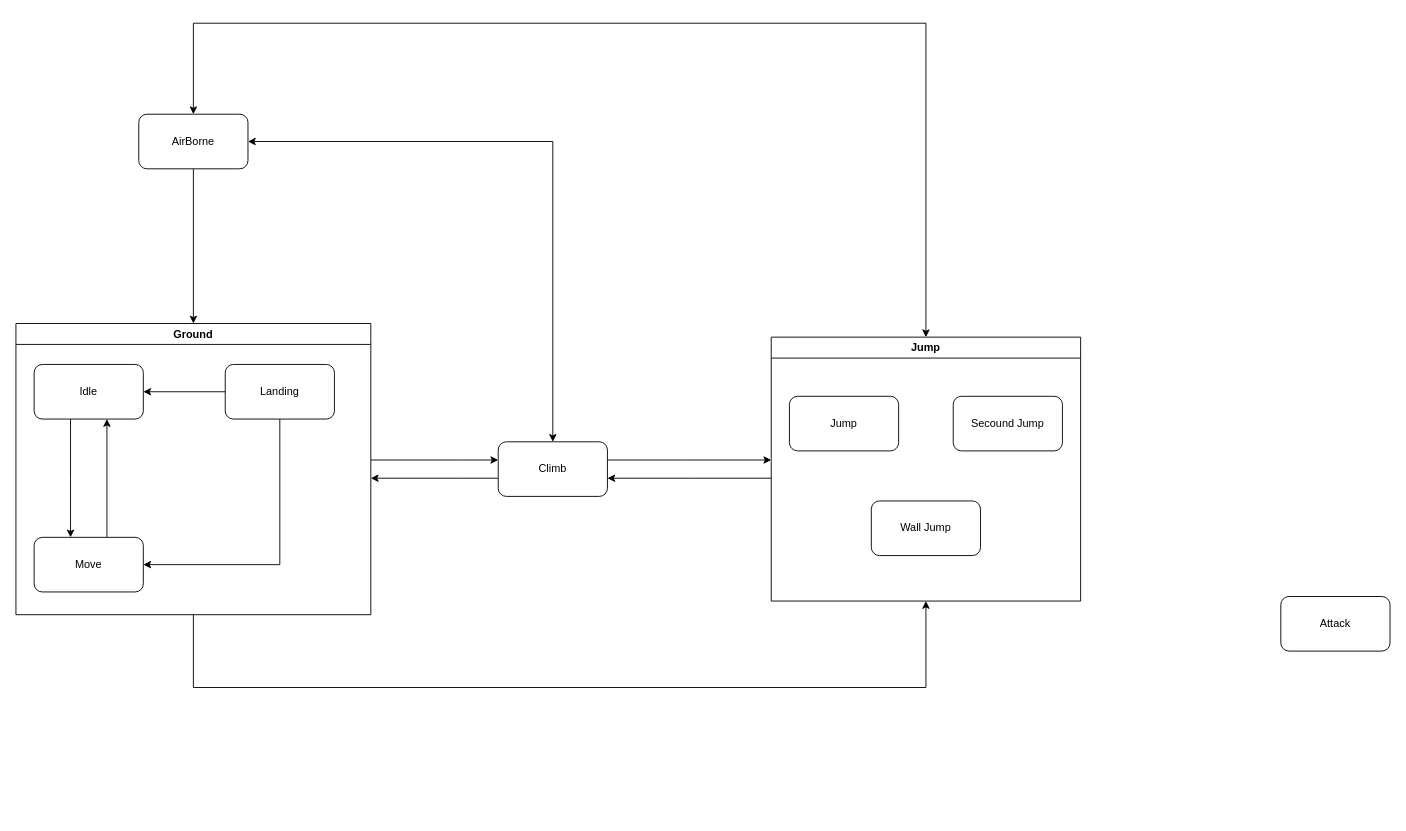
Ashechol/Demo keeps this draw.io diagram as Assets/Docs/Flowchart/PlayerFSM.drawio. Above is the earlier version. Source tidied: cells renumbered, new cells numbered last; positions are measured from the earlier drawing's top-left corner, leaving out a move shared by most shapes. Both pictures are drawn from the tidied source at 91%, with x=0, y=0 at pixel (15, 23).
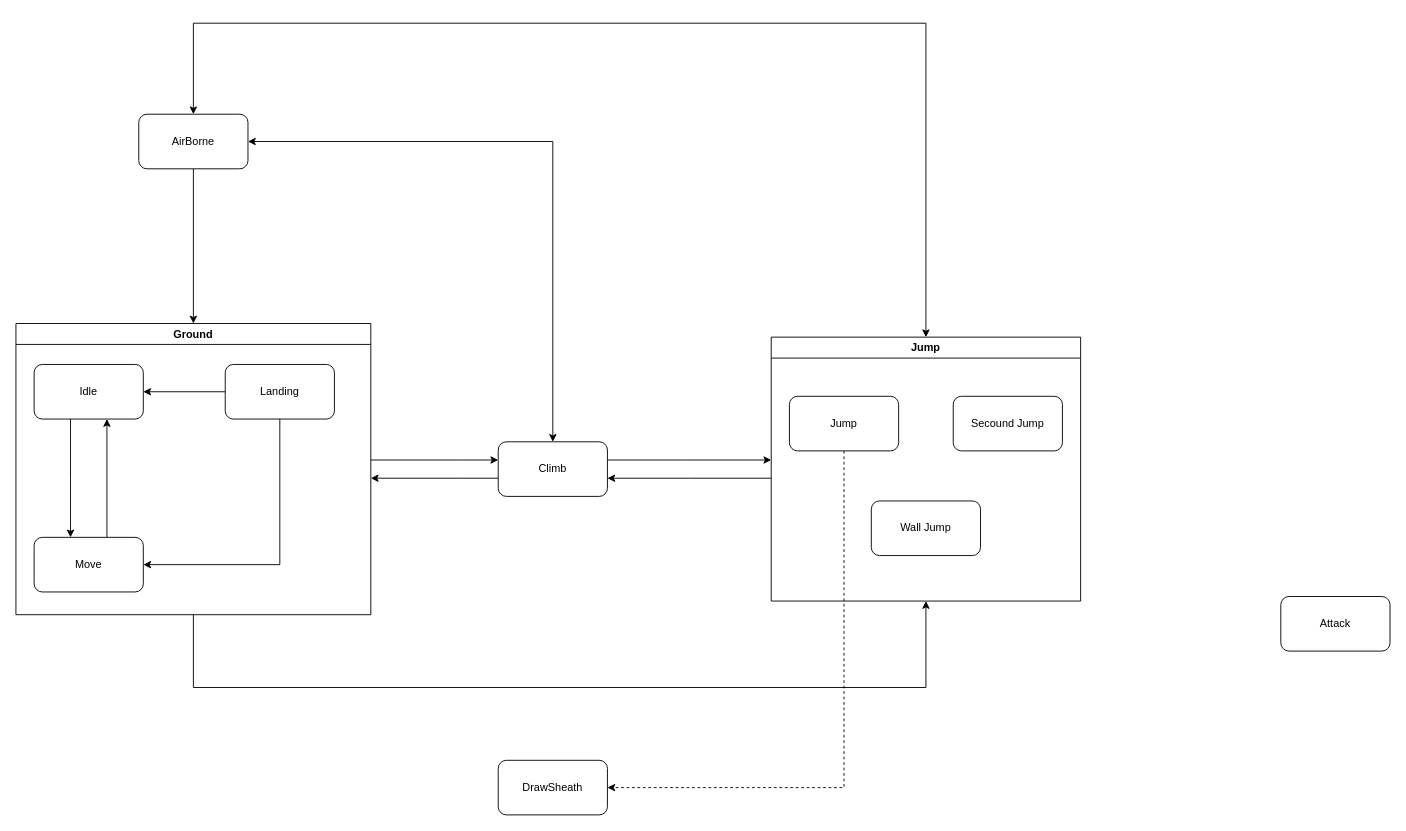
After the change.

Unchanged cells that the change refers to:
```xml
<mxCell id="22" value="Jump" style="rounded=1;whiteSpace=wrap;html=1;" parent="21" vertex="1">
  <mxGeometry x="20" y="65" width="120" height="60" as="geometry" />
</mxCell>
```

Diff of the diagram source:
```diff
@@
+    <mxCell id="25" value="DrawSheath" style="rounded=1;whiteSpace=wrap;html=1;" parent="1" vertex="1">
+      <mxGeometry x="530" y="810" width="120" height="60" as="geometry" />
+    </mxCell>
+    <mxCell id="26" style="edgeStyle=orthogonalEdgeStyle;rounded=0;jettySize=auto;html=1;dashed=1;" parent="1" edge="1" source="22" target="25">
+      <mxGeometry relative="1" as="geometry">
+        <Array as="points">
+          <mxPoint x="910" y="840" />
+        </Array>
+      </mxGeometry>
+    </mxCell>
```
